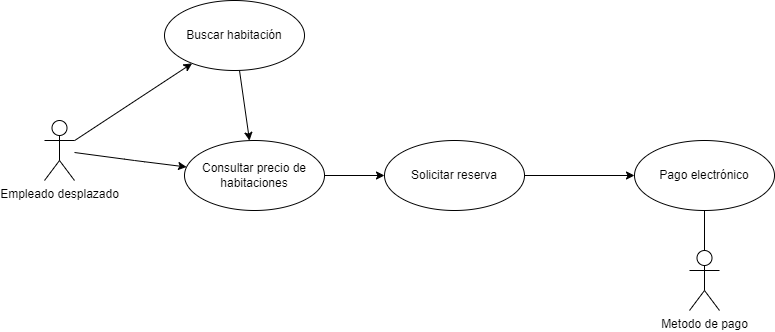
Earlier version of the draw.io export Diagramas/EmpleadoDesplazado.png (Yugurto7/Logirail-Project). Source tidied: cells renumbered, new cells last; positions are measured from the earlier drawing's top-left corner, leaving out a move shared by most shapes. Its diagram source:
```xml
<mxGraphModel>
  <root>
    <mxCell id="0" />
    <mxCell id="1" parent="0" />
    <mxCell id="2" style="edgeStyle=none;html=1;" parent="1" edge="1" source="4" target="6">
      <mxGeometry relative="1" as="geometry" />
    </mxCell>
    <mxCell id="3" style="edgeStyle=none;html=1;" parent="1" edge="1" source="4" target="12">
      <mxGeometry relative="1" as="geometry">
        <Array as="points">
          <mxPoint x="90" y="160" />
        </Array>
      </mxGeometry>
    </mxCell>
    <mxCell id="4" value="Empleado desplazado" style="shape=umlActor;verticalLabelPosition=bottom;verticalAlign=top;html=1;" parent="1" vertex="1">
      <mxGeometry y="120" width="30" height="60" as="geometry" />
    </mxCell>
    <mxCell id="5" style="edgeStyle=none;html=1;" parent="1" edge="1" source="6" target="12">
      <mxGeometry relative="1" as="geometry" />
    </mxCell>
    <mxCell id="6" value="Buscar habitación" style="ellipse;whiteSpace=wrap;html=1;" parent="1" vertex="1">
      <mxGeometry x="120" width="140" height="70" as="geometry" />
    </mxCell>
    <mxCell id="7" style="edgeStyle=none;html=1;" parent="1" edge="1" source="8" target="10">
      <mxGeometry relative="1" as="geometry" />
    </mxCell>
    <mxCell id="8" value="Solicitar reserva" style="ellipse;whiteSpace=wrap;html=1;" parent="1" vertex="1">
      <mxGeometry x="340" y="140" width="140" height="70" as="geometry" />
    </mxCell>
    <mxCell id="9" style="edgeStyle=none;html=1;" parent="1" edge="1" source="10">
      <mxGeometry relative="1" as="geometry">
        <mxPoint x="660" y="260" as="targetPoint" />
      </mxGeometry>
    </mxCell>
    <mxCell id="10" value="Pago electrónico" style="ellipse;whiteSpace=wrap;html=1;" parent="1" vertex="1">
      <mxGeometry x="590" y="140" width="140" height="70" as="geometry" />
    </mxCell>
    <mxCell id="11" style="edgeStyle=none;html=1;" parent="1" edge="1" source="12" target="8">
      <mxGeometry relative="1" as="geometry" />
    </mxCell>
    <mxCell id="12" value="Consultar precio de habitaciones" style="ellipse;whiteSpace=wrap;html=1;" parent="1" vertex="1">
      <mxGeometry x="140" y="140" width="140" height="70" as="geometry" />
    </mxCell>
    <mxCell id="13" value="Metodo de pago" style="shape=umlActor;verticalLabelPosition=bottom;verticalAlign=top;html=1;" parent="1" vertex="1">
      <mxGeometry x="645" y="250" width="30" height="60" as="geometry" />
    </mxCell>
  </root>
</mxGraphModel>
```
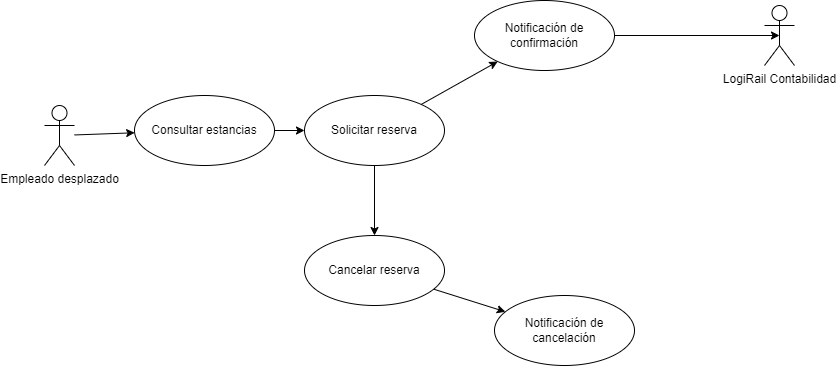
After the commit.

The edit, as a diff of the source:
```diff
@@ -5,44 +5,41 @@
     <mxCell id="2" style="edgeStyle=none;html=1;" parent="1" edge="1" source="4" target="6">
       <mxGeometry relative="1" as="geometry" />
     </mxCell>
-    <mxCell id="3" style="edgeStyle=none;html=1;" parent="1" edge="1" source="4" target="12">
-      <mxGeometry relative="1" as="geometry">
-        <Array as="points">
-          <mxPoint x="90" y="160" />
-        </Array>
-      </mxGeometry>
-    </mxCell>
     <mxCell id="4" value="Empleado desplazado" style="shape=umlActor;verticalLabelPosition=bottom;verticalAlign=top;html=1;" parent="1" vertex="1">
-      <mxGeometry y="120" width="30" height="60" as="geometry" />
+      <mxGeometry y="130" width="30" height="60" as="geometry" />
     </mxCell>
+    <mxCell id="6" value="Consultar estancias" style="ellipse;whiteSpace=wrap;html=1;" parent="1" vertex="1">
+      <mxGeometry x="90" y="120" width="140" height="70" as="geometry" />
+    </mxCell>
+    <mxCell id="14" style="edgeStyle=none;html=1;" parent="1" edge="1" source="8" target="5">
+      <mxGeometry relative="1" as="geometry" />
+    </mxCell>
+    <mxCell id="15" style="edgeStyle=none;html=1;" parent="1" edge="1" source="8" target="18">
+      <mxGeometry relative="1" as="geometry" />
+    </mxCell>
+    <mxCell id="8" value="Solicitar reserva" style="ellipse;whiteSpace=wrap;html=1;" parent="1" vertex="1">
+      <mxGeometry x="260" y="120" width="140" height="70" as="geometry" />
+    </mxCell>
+    <mxCell id="11" style="edgeStyle=none;html=1;" parent="1" edge="1" source="6" target="8">
+      <mxGeometry relative="1" as="geometry" />
+    </mxCell>
+    <mxCell id="13" value="LogiRail Contabilidad" style="shape=umlActor;verticalLabelPosition=bottom;verticalAlign=top;html=1;" parent="1" vertex="1">
+      <mxGeometry x="720" y="30" width="30" height="60" as="geometry" />
+    </mxCell>
+    <mxCell id="16" style="edgeStyle=none;html=1;" parent="1" edge="1" source="5" target="19">
+      <mxGeometry relative="1" as="geometry" />
+    </mxCell>
-    <mxCell id="5" style="edgeStyle=none;html=1;" parent="1" edge="1" source="6" target="12">
-      <mxGeometry relative="1" as="geometry" />
+    <mxCell id="5" value="Cancelar reserva" style="ellipse;whiteSpace=wrap;html=1;" parent="1" vertex="1">
+      <mxGeometry x="260" y="260" width="140" height="70" as="geometry" />
     </mxCell>
-    <mxCell id="6" value="Buscar habitación" style="ellipse;whiteSpace=wrap;html=1;" parent="1" vertex="1">
-      <mxGeometry x="120" width="140" height="70" as="geometry" />
-    </mxCell>
-    <mxCell id="7" style="edgeStyle=none;html=1;" parent="1" edge="1" source="8" target="10">
-      <mxGeometry relative="1" as="geometry" />
-    </mxCell>
-    <mxCell id="8" value="Solicitar reserva" style="ellipse;whiteSpace=wrap;html=1;" parent="1" vertex="1">
-      <mxGeometry x="340" y="140" width="140" height="70" as="geometry" />
-    </mxCell>
-    <mxCell id="9" style="edgeStyle=none;html=1;" parent="1" edge="1" source="10">
-      <mxGeometry relative="1" as="geometry">
-        <mxPoint x="660" y="260" as="targetPoint" />
-      </mxGeometry>
-    </mxCell>
-    <mxCell id="10" value="Pago electrónico" style="ellipse;whiteSpace=wrap;html=1;" parent="1" vertex="1">
-      <mxGeometry x="590" y="140" width="140" height="70" as="geometry" />
-    </mxCell>
-    <mxCell id="11" style="edgeStyle=none;html=1;" parent="1" edge="1" source="12" target="8">
-      <mxGeometry relative="1" as="geometry" />
-    </mxCell>
-    <mxCell id="12" value="Consultar precio de habitaciones" style="ellipse;whiteSpace=wrap;html=1;" parent="1" vertex="1">
-      <mxGeometry x="140" y="140" width="140" height="70" as="geometry" />
-    </mxCell>
-    <mxCell id="13" value="Metodo de pago" style="shape=umlActor;verticalLabelPosition=bottom;verticalAlign=top;html=1;" parent="1" vertex="1">
-      <mxGeometry x="645" y="250" width="30" height="60" as="geometry" />
-    </mxCell>
+    <mxCell id="17" style="edgeStyle=none;html=1;entryX=0.5;entryY=0.5;entryDx=0;entryDy=0;entryPerimeter=0;" parent="1" edge="1" source="18" target="13">
+      <mxGeometry relative="1" as="geometry" />
+    </mxCell>
+    <mxCell id="18" value="Notificación de confirmación" style="ellipse;whiteSpace=wrap;html=1;" parent="1" vertex="1">
+      <mxGeometry x="430" y="25" width="140" height="70" as="geometry" />
+    </mxCell>
+    <mxCell id="19" value="Notificación de cancelación" style="ellipse;whiteSpace=wrap;html=1;" parent="1" vertex="1">
+      <mxGeometry x="450" y="320" width="140" height="70" as="geometry" />
+    </mxCell>
   </root>
 </mxGraphModel>
```
